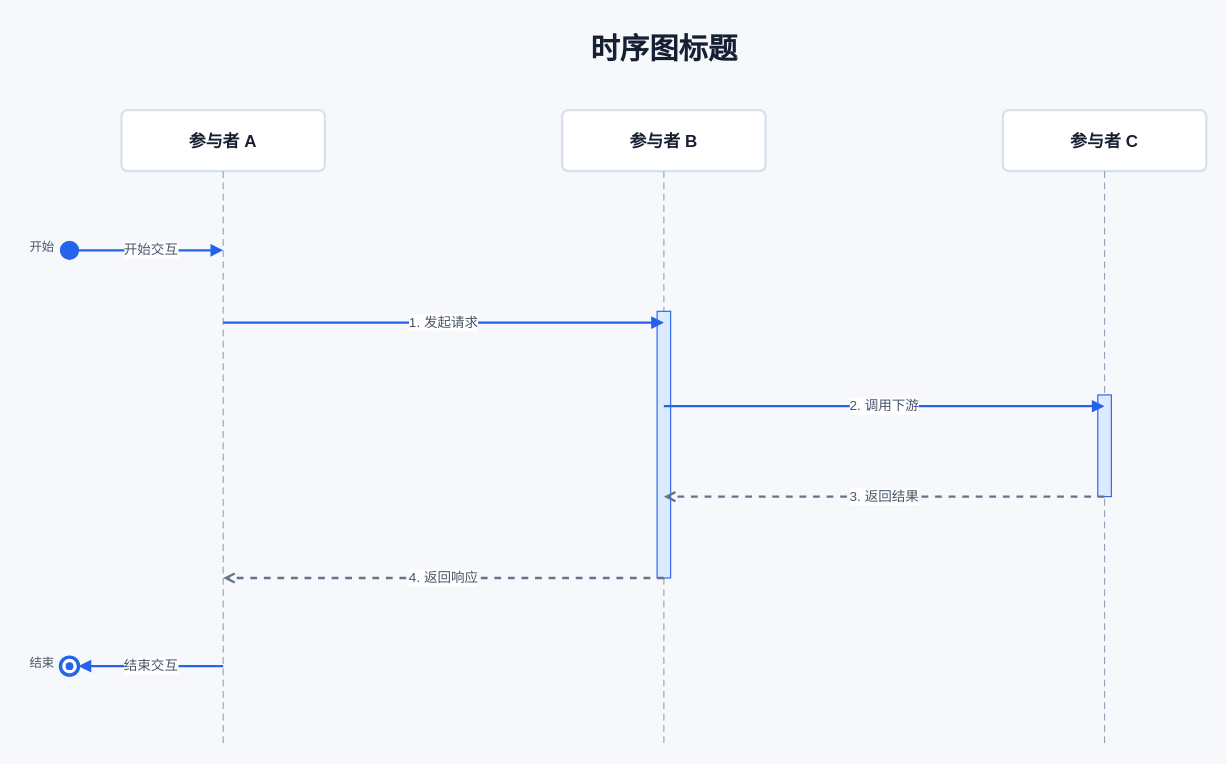
Above: .opencode/skills/xml-diagram/templates/sequence.drawio in BeWaterMyFriend7/SKILL-PROJECT (draw.io), before the change. Source tidied: cells renumbered, new cells numbered last; positions are measured from the earlier drawing's top-left corner, leaving out a move shared by most shapes. Both pictures are drawn from the tidied source at 113%, with x=0, y=0 at pixel (19, 24).
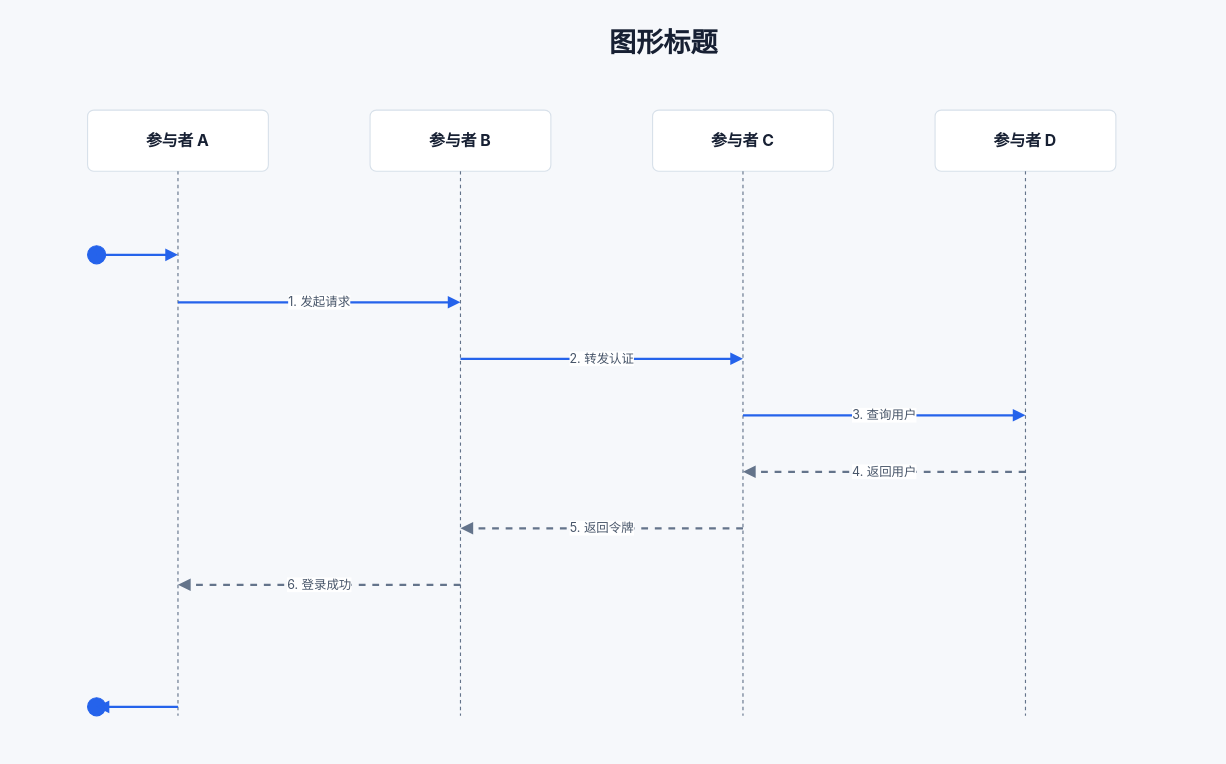
Above is the later version.

The edit, as a diff of the source:
```diff
@@
-    <mxCell id="2" value="时序图标题" style="text;html=1;strokeColor=none;fillColor=none;align=center;fontSize=26;fontStyle=1;fontColor=#172033;" parent="1" vertex="1">
-      <mxGeometry x="330" width="480" height="40" as="geometry" />
-    </mxCell>
+    <mxCell id="22" value="图形标题" style="text;strokeColor=none;fillColor=none;align=center;verticalAlign=middle;html=1;whiteSpace=wrap;fontFamily=Inter, Noto Sans SC, Microsoft YaHei, sans-serif;fontSize=24;fontColor=#172033;fontStyle=1;" parent="1" vertex="1">
+      <mxGeometry x="330" y="-4" width="480" height="42" as="geometry" />
+    </mxCell>
-    <mxCell id="3" value="参与者 A" style="rounded=1;arcSize=10;whiteSpace=wrap;html=1;fillColor=#FFFFFF;strokeColor=#D8E1EA;strokeWidth=2;fontColor=#172033;fontSize=15;fontStyle=1;" parent="1" vertex="1">
-      <mxGeometry x="90" y="76" width="180" height="54" as="geometry" />
+    <mxCell id="3" value="参与者 A" style="rounded=1;arcSize=10;fillColor=#FFFFFF;strokeColor=#D8E1EA;html=1;whiteSpace=wrap;fontFamily=Inter, Noto Sans SC, Microsoft YaHei, sans-serif;fontSize=14;fontColor=#172033;fontStyle=1;" parent="1" vertex="1">
+      <mxGeometry x="60" y="76" width="160" height="54" as="geometry" />
     </mxCell>
+    <mxCell id="23" style="endArrow=none;dashed=1;html=1;strokeColor=#64748B;strokeWidth=1;" parent="1" edge="1">
+      <mxGeometry relative="1" as="geometry">
+        <mxPoint x="140" y="130" as="sourcePoint" />
+        <mxPoint x="140" y="612" as="targetPoint" />
+      </mxGeometry>
+    </mxCell>
-    <mxCell id="4" value="参与者 B" style="rounded=1;arcSize=10;whiteSpace=wrap;html=1;fillColor=#FFFFFF;strokeColor=#D8E1EA;strokeWidth=2;fontColor=#172033;fontSize=15;fontStyle=1;" parent="1" vertex="1">
-      <mxGeometry x="480" y="76" width="180" height="54" as="geometry" />
+    <mxCell id="4" value="参与者 B" style="rounded=1;arcSize=10;fillColor=#FFFFFF;strokeColor=#D8E1EA;html=1;whiteSpace=wrap;fontFamily=Inter, Noto Sans SC, Microsoft YaHei, sans-serif;fontSize=14;fontColor=#172033;fontStyle=1;" parent="1" vertex="1">
+      <mxGeometry x="310" y="76" width="160" height="54" as="geometry" />
     </mxCell>
+    <mxCell id="24" style="endArrow=none;dashed=1;html=1;strokeColor=#64748B;strokeWidth=1;" parent="1" edge="1">
+      <mxGeometry relative="1" as="geometry">
+        <mxPoint x="390" y="130" as="sourcePoint" />
+        <mxPoint x="390" y="612" as="targetPoint" />
+      </mxGeometry>
+    </mxCell>
-    <mxCell id="5" value="参与者 C" style="rounded=1;arcSize=10;whiteSpace=wrap;html=1;fillColor=#FFFFFF;strokeColor=#D8E1EA;strokeWidth=2;fontColor=#172033;fontSize=15;fontStyle=1;" parent="1" vertex="1">
-      <mxGeometry x="870" y="76" width="180" height="54" as="geometry" />
+    <mxCell id="5" value="参与者 C" style="rounded=1;arcSize=10;fillColor=#FFFFFF;strokeColor=#D8E1EA;html=1;whiteSpace=wrap;fontFamily=Inter, Noto Sans SC, Microsoft YaHei, sans-serif;fontSize=14;fontColor=#172033;fontStyle=1;" parent="1" vertex="1">
+      <mxGeometry x="560" y="76" width="160" height="54" as="geometry" />
     </mxCell>
-    <mxCell id="6" style="edgeStyle=none;html=1;strokeColor=#94A3B8;dashed=1;dashPattern=6 4;startArrow=none;endArrow=none;" parent="1" edge="1">
-      <mxGeometry relative="1" as="geometry">
-        <mxPoint x="180" y="130" as="sourcePoint" />
-        <mxPoint x="180" y="636" as="targetPoint" />
-      </mxGeometry>
-    </mxCell>
-    <mxCell id="7" style="edgeStyle=none;html=1;strokeColor=#94A3B8;dashed=1;dashPattern=6 4;startArrow=none;endArrow=none;" parent="1" edge="1">
-      <mxGeometry relative="1" as="geometry">
-        <mxPoint x="570" y="130" as="sourcePoint" />
-        <mxPoint x="570" y="636" as="targetPoint" />
-      </mxGeometry>
-    </mxCell>
-    <mxCell id="8" style="edgeStyle=none;html=1;strokeColor=#94A3B8;dashed=1;dashPattern=6 4;startArrow=none;endArrow=none;" parent="1" edge="1">
-      <mxGeometry relative="1" as="geometry">
-        <mxPoint x="960" y="130" as="sourcePoint" />
-        <mxPoint x="960" y="636" as="targetPoint" />
-      </mxGeometry>
-    </mxCell>
+    <mxCell id="25" style="endArrow=none;dashed=1;html=1;strokeColor=#64748B;strokeWidth=1;" parent="1" edge="1">
+      <mxGeometry relative="1" as="geometry">
+        <mxPoint x="640" y="130" as="sourcePoint" />
+        <mxPoint x="640" y="612" as="targetPoint" />
+      </mxGeometry>
+    </mxCell>
+    <mxCell id="26" value="参与者 D" style="rounded=1;arcSize=10;fillColor=#FFFFFF;strokeColor=#D8E1EA;html=1;whiteSpace=wrap;fontFamily=Inter, Noto Sans SC, Microsoft YaHei, sans-serif;fontSize=14;fontColor=#172033;fontStyle=1;" parent="1" vertex="1">
+      <mxGeometry x="810" y="76" width="160" height="54" as="geometry" />
+    </mxCell>
+    <mxCell id="27" style="endArrow=none;dashed=1;html=1;strokeColor=#64748B;strokeWidth=1;" parent="1" edge="1">
+      <mxGeometry relative="1" as="geometry">
+        <mxPoint x="890" y="130" as="sourcePoint" />
+        <mxPoint x="890" y="612" as="targetPoint" />
+      </mxGeometry>
+    </mxCell>
-    <mxCell id="9" style="ellipse;whiteSpace=wrap;html=1;fillColor=#2563EB;strokeColor=#2563EB;" parent="1" vertex="1">
-      <mxGeometry x="36" y="192" width="16" height="16" as="geometry" />
+    <mxCell id="9" style="ellipse;fillColor=#2563EB;strokeColor=#2563EB;align=center;verticalAlign=middle;html=1;whiteSpace=wrap;fontFamily=Inter, Noto Sans SC, Microsoft YaHei, sans-serif;fontSize=12;fontColor=#475569;" parent="1" vertex="1">
+      <mxGeometry x="60" y="196" width="16" height="16" as="geometry" />
     </mxCell>
-    <mxCell id="10" value="开始" style="text;html=1;strokeColor=none;fillColor=none;align=right;fontSize=11;fontColor=#475569;" parent="1" vertex="1">
-      <mxGeometry y="184" width="32" height="24" as="geometry" />
-    </mxCell>
-    <mxCell id="11" style="ellipse;whiteSpace=wrap;html=1;fillColor=#FFFFFF;strokeColor=#2563EB;strokeWidth=3;" parent="1" vertex="1">
-      <mxGeometry x="36" y="560" width="16" height="16" as="geometry" />
+    <mxCell id="11" style="ellipse;fillColor=#2563EB;strokeColor=#2563EB;align=center;verticalAlign=middle;html=1;whiteSpace=wrap;fontFamily=Inter, Noto Sans SC, Microsoft YaHei, sans-serif;fontSize=12;fontColor=#475569;" parent="1" vertex="1">
+      <mxGeometry x="60" y="596" width="16" height="16" as="geometry" />
     </mxCell>
-    <mxCell id="12" style="ellipse;whiteSpace=wrap;html=1;fillColor=#2563EB;strokeColor=#2563EB;" parent="1" vertex="1">
-      <mxGeometry x="41" y="565" width="6" height="6" as="geometry" />
-    </mxCell>
-    <mxCell id="13" value="结束" style="text;html=1;strokeColor=none;fillColor=none;align=right;fontSize=11;fontColor=#475569;" parent="1" vertex="1">
-      <mxGeometry y="552" width="32" height="24" as="geometry" />
-    </mxCell>
-    <mxCell id="14" style="rounded=0;whiteSpace=wrap;html=1;fillColor=#DBEAFE;strokeColor=#2563EB;" parent="1" vertex="1">
-      <mxGeometry x="564" y="254" width="12" height="236" as="geometry" />
-    </mxCell>
-    <mxCell id="15" style="rounded=0;whiteSpace=wrap;html=1;fillColor=#DBEAFE;strokeColor=#2563EB;" parent="1" vertex="1">
-      <mxGeometry x="954" y="328" width="12" height="90" as="geometry" />
-    </mxCell>
-    <mxCell id="16" value="开始交互" style="edgeStyle=none;html=1;strokeColor=#2563EB;strokeWidth=2;endArrow=block;fontSize=12;fontColor=#475569;" parent="1" edge="1">
+    <mxCell id="16" style="edgeStyle=orthogonalEdgeStyle;rounded=0;html=1;strokeColor=#2563EB;strokeWidth=2;endArrow=block;endFill=1;fontFamily=Inter, Noto Sans SC, Microsoft YaHei, sans-serif;fontSize=11;fontColor=#475569;" parent="1" edge="1">
       <mxGeometry relative="1" as="geometry">
-        <mxPoint x="52" y="200" as="sourcePoint" />
-        <mxPoint x="180" y="200" as="targetPoint" />
+        <mxPoint x="68" y="204" as="sourcePoint" />
+        <mxPoint x="140" y="204" as="targetPoint" />
       </mxGeometry>
     </mxCell>
-    <mxCell id="17" value="1. 发起请求" style="edgeStyle=none;html=1;strokeColor=#2563EB;strokeWidth=2;endArrow=block;fontSize=12;fontColor=#475569;" parent="1" edge="1">
+    <mxCell id="17" value="1. 发起请求" style="edgeStyle=orthogonalEdgeStyle;rounded=0;html=1;strokeColor=#2563EB;strokeWidth=2;endArrow=block;endFill=1;fontFamily=Inter, Noto Sans SC, Microsoft YaHei, sans-serif;fontSize=11;fontColor=#475569;" parent="1" edge="1">
       <mxGeometry relative="1" as="geometry">
-        <mxPoint x="180" y="264" as="sourcePoint" />
-        <mxPoint x="570" y="264" as="targetPoint" />
+        <mxPoint x="140" y="246" as="sourcePoint" />
+        <mxPoint x="390" y="246" as="targetPoint" />
       </mxGeometry>
     </mxCell>
-    <mxCell id="18" value="2. 调用下游" style="edgeStyle=none;html=1;strokeColor=#2563EB;strokeWidth=2;endArrow=block;fontSize=12;fontColor=#475569;" parent="1" edge="1">
+    <mxCell id="18" value="2. 转发认证" style="edgeStyle=orthogonalEdgeStyle;rounded=0;html=1;strokeColor=#2563EB;strokeWidth=2;endArrow=block;endFill=1;fontFamily=Inter, Noto Sans SC, Microsoft YaHei, sans-serif;fontSize=11;fontColor=#475569;" parent="1" edge="1">
       <mxGeometry relative="1" as="geometry">
-        <mxPoint x="570" y="338" as="sourcePoint" />
-        <mxPoint x="960" y="338" as="targetPoint" />
+        <mxPoint x="390" y="296" as="sourcePoint" />
+        <mxPoint x="640" y="296" as="targetPoint" />
       </mxGeometry>
     </mxCell>
-    <mxCell id="19" value="3. 返回结果" style="edgeStyle=none;html=1;strokeColor=#64748B;strokeWidth=2;dashed=1;endArrow=open;fontSize=12;fontColor=#475569;" parent="1" edge="1">
+    <mxCell id="19" value="3. 查询用户" style="edgeStyle=orthogonalEdgeStyle;rounded=0;html=1;strokeColor=#2563EB;strokeWidth=2;endArrow=block;endFill=1;fontFamily=Inter, Noto Sans SC, Microsoft YaHei, sans-serif;fontSize=11;fontColor=#475569;" parent="1" edge="1">
       <mxGeometry relative="1" as="geometry">
-        <mxPoint x="960" y="418" as="sourcePoint" />
-        <mxPoint x="570" y="418" as="targetPoint" />
+        <mxPoint x="640" y="346" as="sourcePoint" />
+        <mxPoint x="890" y="346" as="targetPoint" />
       </mxGeometry>
     </mxCell>
-    <mxCell id="20" value="4. 返回响应" style="edgeStyle=none;html=1;strokeColor=#64748B;strokeWidth=2;dashed=1;endArrow=open;fontSize=12;fontColor=#475569;" parent="1" edge="1">
-      <mxGeometry relative="1" as="geometry">
-        <mxPoint x="570" y="490" as="sourcePoint" />
-        <mxPoint x="180" y="490" as="targetPoint" />
-      </mxGeometry>
-    </mxCell>
+    <mxCell id="28" value="4. 返回用户" style="edgeStyle=orthogonalEdgeStyle;rounded=0;html=1;strokeColor=#64748B;strokeWidth=2;endArrow=block;endFill=1;dashed=1;fontFamily=Inter, Noto Sans SC, Microsoft YaHei, sans-serif;fontSize=11;fontColor=#475569;" parent="1" edge="1">
+      <mxGeometry relative="1" as="geometry">
+        <mxPoint x="890" y="396" as="sourcePoint" />
+        <mxPoint x="640" y="396" as="targetPoint" />
+      </mxGeometry>
+    </mxCell>
+    <mxCell id="29" value="5. 返回令牌" style="edgeStyle=orthogonalEdgeStyle;rounded=0;html=1;strokeColor=#64748B;strokeWidth=2;endArrow=block;endFill=1;dashed=1;fontFamily=Inter, Noto Sans SC, Microsoft YaHei, sans-serif;fontSize=11;fontColor=#475569;" parent="1" edge="1">
+      <mxGeometry relative="1" as="geometry">
+        <mxPoint x="640" y="446" as="sourcePoint" />
+        <mxPoint x="390" y="446" as="targetPoint" />
+      </mxGeometry>
+    </mxCell>
+    <mxCell id="30" value="6. 登录成功" style="edgeStyle=orthogonalEdgeStyle;rounded=0;html=1;strokeColor=#64748B;strokeWidth=2;endArrow=block;endFill=1;dashed=1;fontFamily=Inter, Noto Sans SC, Microsoft YaHei, sans-serif;fontSize=11;fontColor=#475569;" parent="1" edge="1">
+      <mxGeometry relative="1" as="geometry">
+        <mxPoint x="390" y="496" as="sourcePoint" />
+        <mxPoint x="140" y="496" as="targetPoint" />
+      </mxGeometry>
+    </mxCell>
-    <mxCell id="21" value="结束交互" style="edgeStyle=none;html=1;strokeColor=#2563EB;strokeWidth=2;endArrow=block;fontSize=12;fontColor=#475569;" parent="1" edge="1">
+    <mxCell id="21" style="edgeStyle=orthogonalEdgeStyle;rounded=0;html=1;strokeColor=#2563EB;strokeWidth=2;endArrow=block;endFill=1;fontFamily=Inter, Noto Sans SC, Microsoft YaHei, sans-serif;fontSize=11;fontColor=#475569;" parent="1" edge="1">
       <mxGeometry relative="1" as="geometry">
-        <mxPoint x="180" y="568" as="sourcePoint" />
-        <mxPoint x="52" y="568" as="targetPoint" />
+        <mxPoint x="140" y="604" as="sourcePoint" />
+        <mxPoint x="68" y="604" as="targetPoint" />
       </mxGeometry>
     </mxCell>
```
